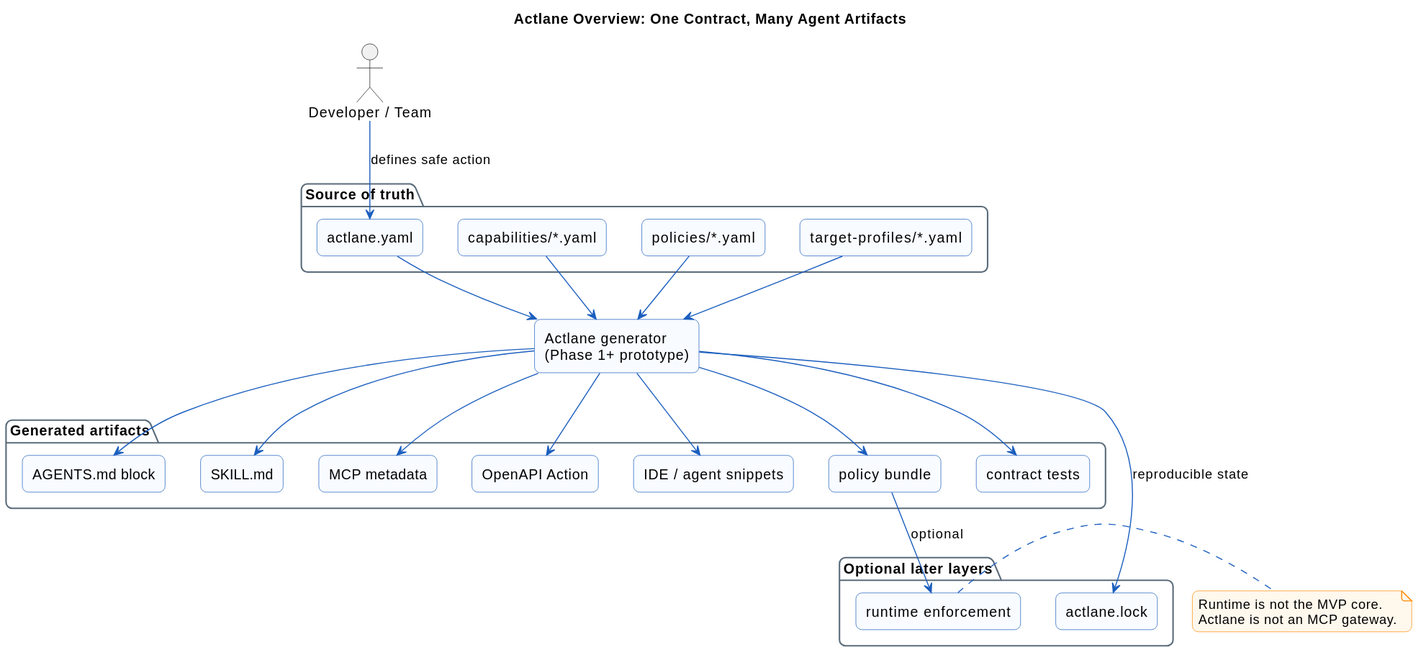
The PlantUML diagram diagrams/svg/actlane-overview.svg in bakaut/actlane, before a commit.
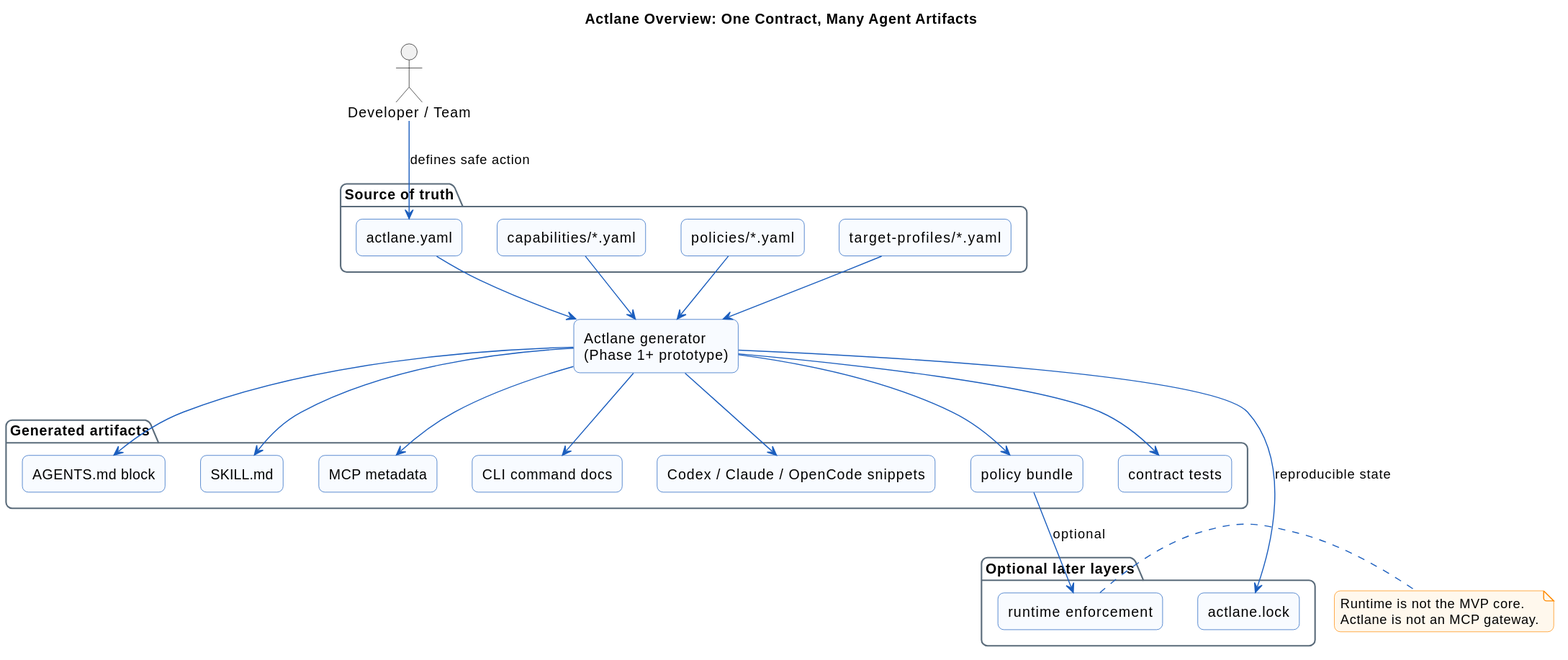
Later version of the same file.

What changed in the source:
```diff
@@ -27,8 +27,8 @@
   rectangle "AGENTS.md block" as agents
   rectangle "SKILL.md" as skill
   rectangle "MCP metadata" as mcp
-  rectangle "OpenAPI Action" as openapi
-  rectangle "IDE / agent snippets" as snippets
+  rectangle "CLI command docs" as cli
+  rectangle "Codex / Claude / OpenCode snippets" as snippets
   rectangle "policy bundle" as policy
   rectangle "contract tests" as tests
 }
@@ -47,7 +47,7 @@
 generator --> agents
 generator --> skill
 generator --> mcp
-generator --> openapi
+generator --> cli
 generator --> snippets
 generator --> policy
 generator --> tests
```
